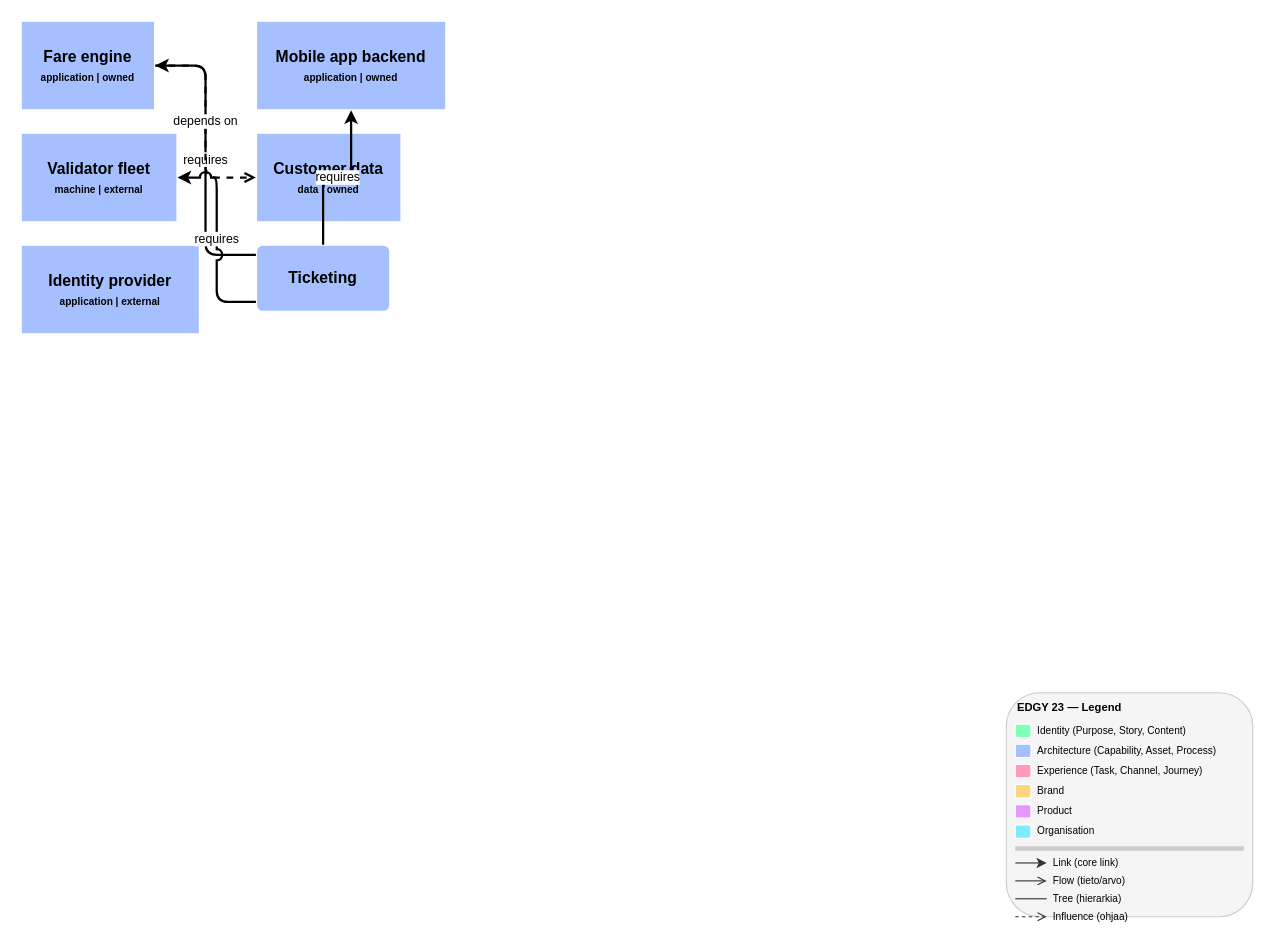
The draw.io diagram page "Systems" (2 of 2) of skills/documentation/edgy-diagram/examples/expected-multipage.drawio in Rahola/edgy-skills, before the edit. Source tidied: cells renumbered, new cells numbered last; positions are measured from the earlier drawing's top-left corner, leaving out a move shared by most shapes. Both pictures are drawn from the tidied source at 112%, with x=0, y=0 at pixel (20, 20).
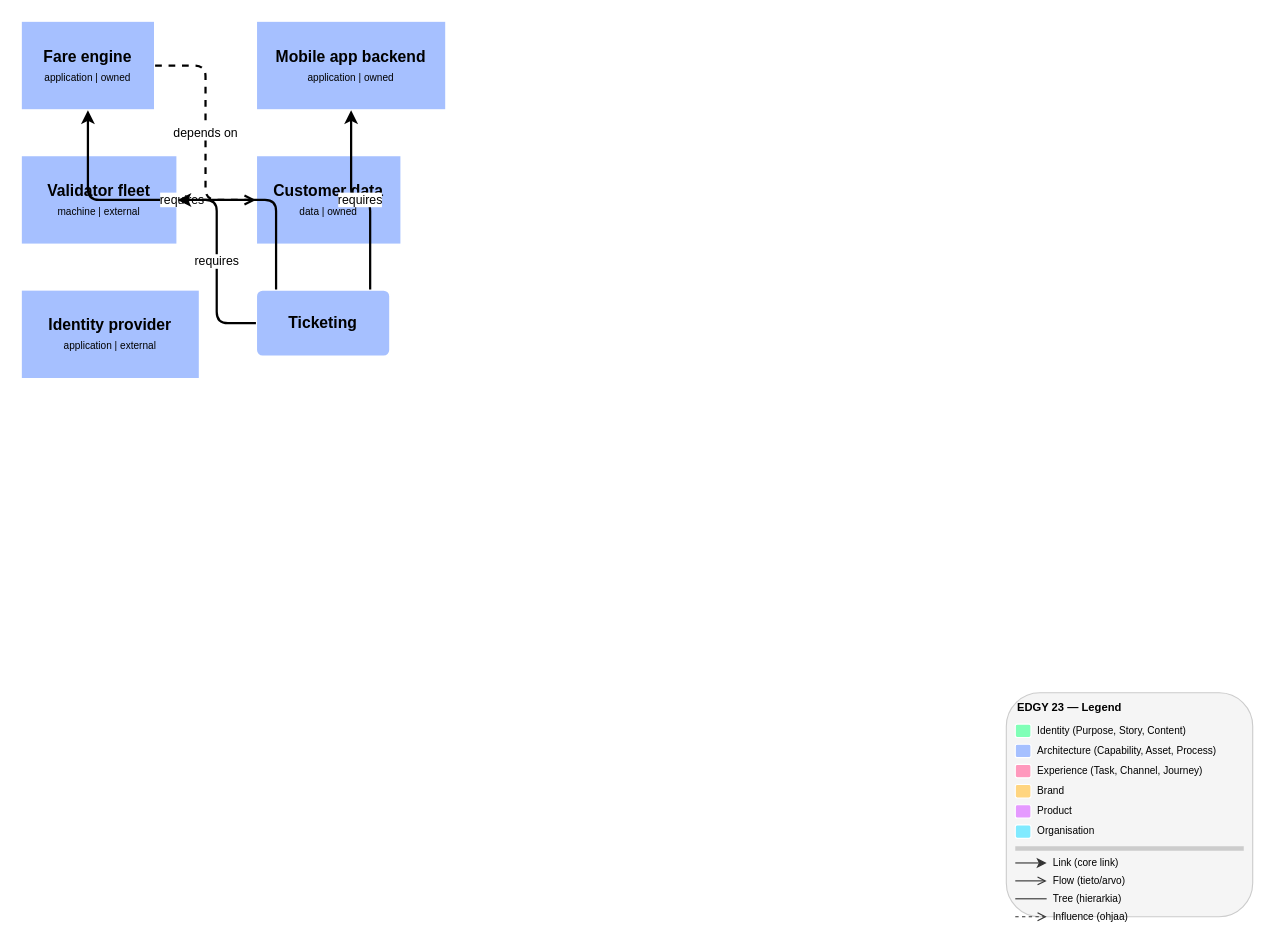
The same diagram, later.

The edit, as a diff of the source:
```diff
@@
-    <mxCell id="2" value="&lt;b&gt;Fare engine&lt;/b&gt;&lt;br&gt;&lt;font style=&quot;font-size:9px&quot;&gt;application | owned&lt;/font&gt;" style="whiteSpace=wrap;html=1;fillColor=#a6c0ff;strokeColor=#FFFFFF;strokeWidth=2;verticalAlign=middle;fontStyle=1;fontSize=14;" parent="1" vertex="1">
+    <mxCell id="2" value="&lt;b&gt;Fare engine&lt;/b&gt;&lt;br&gt;&lt;font style=&quot;font-size:9px;font-weight:normal&quot;&gt;application | owned&lt;/font&gt;" style="whiteSpace=wrap;html=1;fillColor=#a6c0ff;strokeColor=#FFFFFF;strokeWidth=2;verticalAlign=middle;fontStyle=1;fontSize=14;" parent="1" vertex="1">
       <mxGeometry width="120" height="80" as="geometry" />
     </mxCell>
-    <mxCell id="3" value="&lt;b&gt;Mobile app backend&lt;/b&gt;&lt;br&gt;&lt;font style=&quot;font-size:9px&quot;&gt;application | owned&lt;/font&gt;" style="whiteSpace=wrap;html=1;fillColor=#a6c0ff;strokeColor=#FFFFFF;strokeWidth=2;verticalAlign=middle;fontStyle=1;fontSize=14;" parent="1" vertex="1">
+    <mxCell id="3" value="&lt;b&gt;Mobile app backend&lt;/b&gt;&lt;br&gt;&lt;font style=&quot;font-size:9px;font-weight:normal&quot;&gt;application | owned&lt;/font&gt;" style="whiteSpace=wrap;html=1;fillColor=#a6c0ff;strokeColor=#FFFFFF;strokeWidth=2;verticalAlign=middle;fontStyle=1;fontSize=14;" parent="1" vertex="1">
       <mxGeometry x="210" width="170" height="80" as="geometry" />
     </mxCell>
-    <mxCell id="4" value="&lt;b&gt;Validator fleet&lt;/b&gt;&lt;br&gt;&lt;font style=&quot;font-size:9px&quot;&gt;machine | external&lt;/font&gt;" style="whiteSpace=wrap;html=1;fillColor=#a6c0ff;strokeColor=#FFFFFF;strokeWidth=2;verticalAlign=middle;fontStyle=1;fontSize=14;" parent="1" vertex="1">
-      <mxGeometry y="100" width="140" height="80" as="geometry" />
+    <mxCell id="4" value="&lt;b&gt;Validator fleet&lt;/b&gt;&lt;br&gt;&lt;font style=&quot;font-size:9px;font-weight:normal&quot;&gt;machine | external&lt;/font&gt;" style="whiteSpace=wrap;html=1;fillColor=#a6c0ff;strokeColor=#FFFFFF;strokeWidth=2;verticalAlign=middle;fontStyle=1;fontSize=14;" parent="1" vertex="1">
+      <mxGeometry y="120" width="140" height="80" as="geometry" />
     </mxCell>
-    <mxCell id="5" value="&lt;b&gt;Customer data&lt;/b&gt;&lt;br&gt;&lt;font style=&quot;font-size:9px&quot;&gt;data | owned&lt;/font&gt;" style="whiteSpace=wrap;html=1;fillColor=#a6c0ff;strokeColor=#FFFFFF;strokeWidth=2;verticalAlign=middle;fontStyle=1;fontSize=14;" parent="1" vertex="1">
-      <mxGeometry x="210" y="100" width="130" height="80" as="geometry" />
+    <mxCell id="5" value="&lt;b&gt;Customer data&lt;/b&gt;&lt;br&gt;&lt;font style=&quot;font-size:9px;font-weight:normal&quot;&gt;data | owned&lt;/font&gt;" style="whiteSpace=wrap;html=1;fillColor=#a6c0ff;strokeColor=#FFFFFF;strokeWidth=2;verticalAlign=middle;fontStyle=1;fontSize=14;" parent="1" vertex="1">
+      <mxGeometry x="210" y="120" width="130" height="80" as="geometry" />
     </mxCell>
-    <mxCell id="6" value="&lt;b&gt;Identity provider&lt;/b&gt;&lt;br&gt;&lt;font style=&quot;font-size:9px&quot;&gt;application | external&lt;/font&gt;" style="whiteSpace=wrap;html=1;fillColor=#a6c0ff;strokeColor=#FFFFFF;strokeWidth=2;verticalAlign=middle;fontStyle=1;fontSize=14;" parent="1" vertex="1">
-      <mxGeometry y="200" width="160" height="80" as="geometry" />
+    <mxCell id="6" value="&lt;b&gt;Identity provider&lt;/b&gt;&lt;br&gt;&lt;font style=&quot;font-size:9px;font-weight:normal&quot;&gt;application | external&lt;/font&gt;" style="whiteSpace=wrap;html=1;fillColor=#a6c0ff;strokeColor=#FFFFFF;strokeWidth=2;verticalAlign=middle;fontStyle=1;fontSize=14;" parent="1" vertex="1">
+      <mxGeometry y="240" width="160" height="80" as="geometry" />
     </mxCell>
     <mxCell id="7" value="Ticketing" style="rounded=1;whiteSpace=wrap;html=1;fillColor=#a6c0ff;strokeColor=#FFFFFF;strokeWidth=2;arcSize=10;verticalAlign=middle;fontStyle=1;fontSize=14;" parent="1" vertex="1">
-      <mxGeometry x="210" y="200" width="120" height="60" as="geometry" />
+      <mxGeometry x="210" y="240" width="120" height="60" as="geometry" />
     </mxCell>
-    <mxCell id="8" value="requires" style="edgeStyle=orthogonalEdgeStyle;rounded=1;strokeWidth=2;fontSize=11;html=1;jumpStyle=arc;jumpSize=8;labelBackgroundColor=#ffffff;labelBorderColor=none;endArrow=classic;endFill=1;exitX=0.0;exitY=0.15;exitDx=0;exitDy=0;entryX=1.0;entryY=0.5;entryDx=0;entryDy=0;" parent="1" edge="1" source="7" target="2">
+    <mxCell id="8" value="requires" style="edgeStyle=orthogonalEdgeStyle;rounded=1;strokeWidth=2;fontSize=11;html=1;jumpStyle=arc;jumpSize=8;labelBackgroundColor=#ffffff;labelBorderColor=none;endArrow=classic;endFill=1;exitX=0.15;exitY=0.0;exitDx=0;exitDy=0;entryX=0.5;entryY=1.0;entryDx=0;entryDy=0;" parent="1" edge="1" source="7" target="2">
       <mxGeometry relative="1" as="geometry" />
     </mxCell>
-    <mxCell id="9" value="requires" style="edgeStyle=orthogonalEdgeStyle;rounded=1;strokeWidth=2;fontSize=11;html=1;jumpStyle=arc;jumpSize=8;labelBackgroundColor=#ffffff;labelBorderColor=none;endArrow=classic;endFill=1;exitX=0.5;exitY=0.0;exitDx=0;exitDy=0;entryX=0.5;entryY=1.0;entryDx=0;entryDy=0;" parent="1" edge="1" source="7" target="3">
+    <mxCell id="9" value="requires" style="edgeStyle=orthogonalEdgeStyle;rounded=1;strokeWidth=2;fontSize=11;html=1;jumpStyle=arc;jumpSize=8;labelBackgroundColor=#ffffff;labelBorderColor=none;endArrow=classic;endFill=1;exitX=0.85;exitY=0.0;exitDx=0;exitDy=0;entryX=0.5;entryY=1.0;entryDx=0;entryDy=0;" parent="1" edge="1" source="7" target="3">
       <mxGeometry relative="1" as="geometry" />
     </mxCell>
-    <mxCell id="10" value="requires" style="edgeStyle=orthogonalEdgeStyle;rounded=1;strokeWidth=2;fontSize=11;html=1;jumpStyle=arc;jumpSize=8;labelBackgroundColor=#ffffff;labelBorderColor=none;endArrow=classic;endFill=1;exitX=0.0;exitY=0.85;exitDx=0;exitDy=0;entryX=1.0;entryY=0.5;entryDx=0;entryDy=0;" parent="1" edge="1" source="7" target="4">
+    <mxCell id="10" value="requires" style="edgeStyle=orthogonalEdgeStyle;rounded=1;strokeWidth=2;fontSize=11;html=1;jumpStyle=arc;jumpSize=8;labelBackgroundColor=#ffffff;labelBorderColor=none;endArrow=classic;endFill=1;exitX=0.0;exitY=0.5;exitDx=0;exitDy=0;entryX=1.0;entryY=0.5;entryDx=0;entryDy=0;" parent="1" edge="1" source="7" target="4">
       <mxGeometry relative="1" as="geometry" />
     </mxCell>
```
